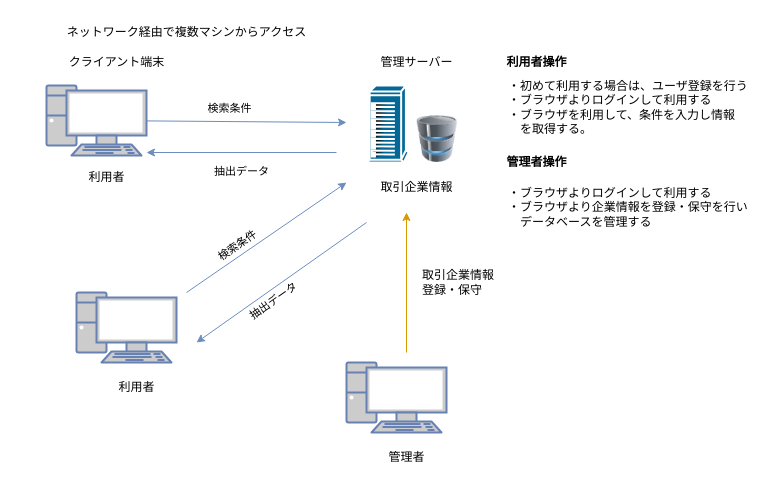
Earlier version of the draw.io diagram sample.drawio (github-use-a/markdown_issue_prac). Source tidied: cells renumbered, new cells numbered last; positions are measured from the earlier drawing's top-left corner, leaving out a move shared by most shapes. Both pictures are drawn from the tidied source at 100%, with x=0, y=0 at pixel (46, 17).
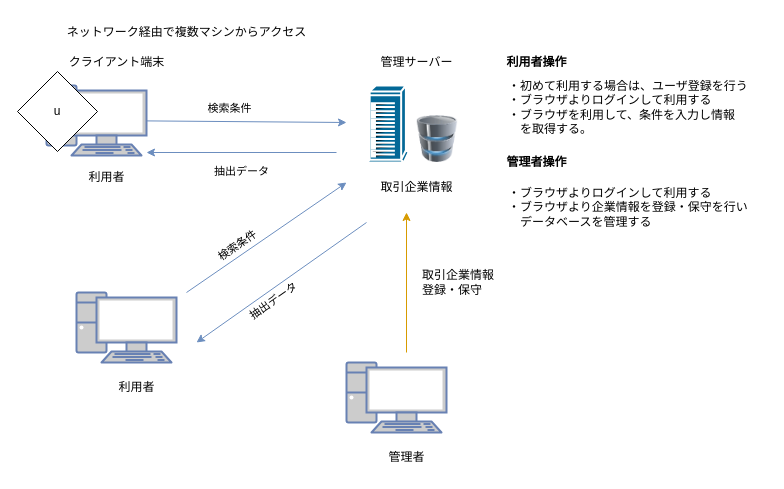
After the change.

The edit, as a diff of the source:
```diff
@@
+    <mxCell id="29" value="u　" style="rhombus;whiteSpace=wrap;html=1;" parent="1" vertex="1">
+      <mxGeometry x="-29" y="54" width="80" height="80" as="geometry" />
+    </mxCell>
```
